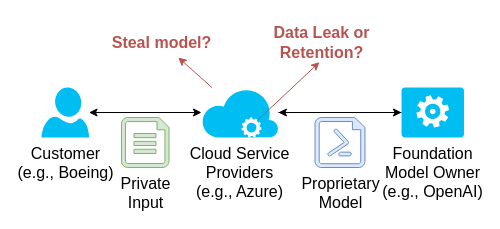
Before: page "threeparties" (2 of 5) of ConfidentialComputing/confAI_current.drawio in ya0guang/researches, a draw.io diagram. Source tidied: cells renumbered, new cells numbered last; positions are measured from the earlier drawing's top-left corner, leaving out a move shared by most shapes. Both pictures are drawn from the tidied source at 100%, with x=0, y=0 at pixel (41, 17).
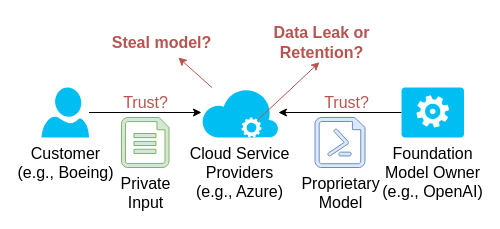
The same diagram, later.

Change to the diagram source:
```diff
@@
 <mxGraphModel>
   <root>
     <mxCell id="0" />
     <mxCell id="1" parent="0" />
     <mxCell id="2" value="&lt;font style=&quot;font-size: 16px;&quot;&gt;Cloud Service&lt;br&gt;Providers&lt;br&gt;(e.g., Azure)&lt;/font&gt;" style="verticalLabelPosition=bottom;html=1;verticalAlign=top;align=center;strokeColor=none;fillColor=#00BEF2;shape=mxgraph.azure.cloud;" parent="1" vertex="1">
       <mxGeometry x="160" y="70" width="76.9" height="50" as="geometry" />
     </mxCell>
-    <mxCell id="3" style="rounded=0;jettySize=auto;html=1;" parent="1" edge="1" source="2" target="12">
+    <mxCell id="3" style="rounded=0;jettySize=auto;html=1;startArrow=classic;startFill=1;endArrow=none;endFill=0;" parent="1" edge="1" source="2" target="12">
       <mxGeometry relative="1" as="geometry" />
     </mxCell>
     <mxCell id="4" value="&lt;font style=&quot;font-size: 16px;&quot;&gt;Customer&lt;br&gt;(e.g., Boeing)&lt;/font&gt;" style="verticalLabelPosition=bottom;html=1;verticalAlign=top;align=center;strokeColor=none;fillColor=#00BEF2;shape=mxgraph.azure.user;" parent="1" vertex="1">
       <mxGeometry y="70" width="47.5" height="50" as="geometry" />
     </mxCell>
-    <mxCell id="5" style="rounded=0;jettySize=auto;html=1;" parent="1" edge="1" source="12" target="2">
-      <mxGeometry relative="1" as="geometry" />
-    </mxCell>
     <mxCell id="6" value="&lt;font style=&quot;font-size: 16px;&quot;&gt;Proprietary&lt;br&gt;Model&lt;/font&gt;" style="verticalLabelPosition=bottom;html=1;verticalAlign=top;align=center;strokeColor=#6c8ebf;fillColor=#dae8fc;shape=mxgraph.azure.powershell_file;" parent="1" vertex="1">
       <mxGeometry x="273.5" y="100" width="50" height="50" as="geometry" />
     </mxCell>
     <mxCell id="7" value="&lt;span style=&quot;font-size: 16px;&quot;&gt;Private&lt;br&gt;Input&lt;/span&gt;" style="verticalLabelPosition=bottom;html=1;verticalAlign=top;align=center;strokeColor=#82b366;fillColor=#d5e8d4;shape=mxgraph.azure.file;" parent="1" vertex="1">
       <mxGeometry x="80" y="100" width="47.5" height="50" as="geometry" />
     </mxCell>
     <mxCell id="8" value="&lt;font color=&quot;#b85450&quot; style=&quot;font-size: 16px;&quot;&gt;&lt;b&gt;Data Leak or&lt;br&gt;Retention?&lt;/b&gt;&lt;/font&gt;" style="text;html=1;align=center;verticalAlign=middle;points=[];strokeColor=none;fillColor=none;" parent="1" vertex="1">
       <mxGeometry x="220" width="120" height="50" as="geometry" />
     </mxCell>
     <mxCell id="9" value="&lt;font color=&quot;#b85450&quot;&gt;&lt;span style=&quot;font-size: 16px;&quot;&gt;&lt;b&gt;Steal model?&lt;br&gt;&lt;/b&gt;&lt;/span&gt;&lt;/font&gt;" style="text;html=1;align=center;verticalAlign=middle;points=[];strokeColor=none;fillColor=none;" parent="1" vertex="1">
       <mxGeometry x="60" y="10" width="120" height="30" as="geometry" />
     </mxCell>
-    <mxCell id="10" style="rounded=0;jettySize=auto;html=1;startArrow=classic;startFill=1;" parent="1" edge="1" source="4" target="2">
-      <mxGeometry relative="1" as="geometry" />
+    <mxCell id="10" style="rounded=0;jettySize=auto;html=1;startArrow=none;startFill=0;" parent="1" edge="1" source="4">
+      <mxGeometry relative="1" as="geometry">
+        <mxPoint x="160" y="95" as="targetPoint" />
+      </mxGeometry>
     </mxCell>
     <mxCell id="11" style="rounded=0;jettySize=auto;html=1;fillColor=#f8cecc;strokeColor=#b85450;" parent="1" edge="1" source="2" target="9">
       <mxGeometry relative="1" as="geometry" />
     </mxCell>
     <mxCell id="12" value="&lt;span style=&quot;font-size: 16px;&quot;&gt;Foundation&lt;br&gt;Model Owner&lt;br&gt;(e.g., OpenAI)&lt;/span&gt;" style="verticalLabelPosition=bottom;html=1;verticalAlign=top;align=center;strokeColor=none;fillColor=#00BEF2;shape=mxgraph.azure.worker_role;" parent="1" vertex="1">
       <mxGeometry x="360" y="70" width="62.5" height="50" as="geometry" />
     </mxCell>
     <mxCell id="13" style="rounded=0;jettySize=auto;html=1;entryX=0.483;entryY=0.893;entryDx=0;entryDy=0;entryPerimeter=0;fillColor=#f8cecc;strokeColor=#b85450;exitX=0.7;exitY=0.233;exitDx=0;exitDy=0;exitPerimeter=0;" parent="1" edge="1" source="14" target="8">
       <mxGeometry relative="1" as="geometry" />
     </mxCell>
     <mxCell id="14" style="sketch=0;html=1;strokeColor=none;shadow=0;fillColor=#FFFFFF;verticalAlign=top;labelPosition=center;verticalLabelPosition=bottom;shape=mxgraph.gcp2.gear;" parent="1" vertex="1">
       <mxGeometry x="200" y="100" width="20" height="20" as="geometry" />
     </mxCell>
+    <mxCell id="15" value="&lt;font color=&quot;#b85450&quot; style=&quot;font-size: 16px;&quot;&gt;Trust?&lt;/font&gt;" style="text;html=1;align=center;verticalAlign=middle;strokeColor=none;fillColor=none;" parent="1" vertex="1">
+      <mxGeometry x="68.8" y="70" width="70" height="30" as="geometry" />
+    </mxCell>
+    <mxCell id="16" value="&lt;font color=&quot;#b85450&quot; style=&quot;font-size: 16px;&quot;&gt;Trust?&lt;/font&gt;" style="text;html=1;align=center;verticalAlign=middle;strokeColor=none;fillColor=none;" parent="1" vertex="1">
+      <mxGeometry x="270" y="70" width="70" height="30" as="geometry" />
+    </mxCell>
   </root>
 </mxGraphModel>
```
